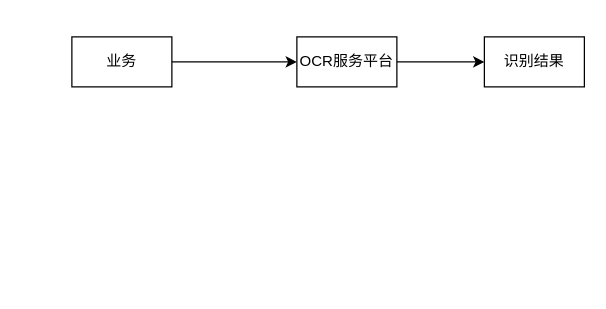
Earlier version of the draw.io diagram 兴业银行标书.drawio (archwolf118/AI). Source tidied: cells renumbered, new cells numbered last; positions are measured from the earlier drawing's top-left corner, leaving out a move shared by most shapes. Both pictures are drawn from the tidied source at 125%, with x=0, y=0 at pixel (71, 36).
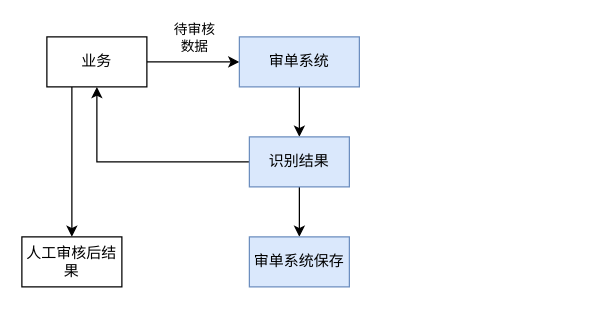
After the change.

Commit message (it also covers changes not shown here):
更新兴业银行标书.drawio

Diff of the diagram source:
```diff
@@
 <mxGraphModel>
   <root>
     <mxCell id="0" />
     <mxCell id="1" parent="0" />
     <mxCell id="2" style="edgeStyle=orthogonalEdgeStyle;rounded=0;jettySize=auto;html=1;exitX=1;exitY=0.5;exitDx=0;exitDy=0;entryX=0;entryY=0.5;entryDx=0;entryDy=0;" parent="1" edge="1" source="3" target="5">
       <mxGeometry relative="1" as="geometry" />
     </mxCell>
+    <mxCell id="7" value="待审核&lt;div&gt;数据&lt;/div&gt;" style="edgeLabel;html=1;align=center;verticalAlign=middle;" parent="2" vertex="1">
+      <mxGeometry y="3" relative="1" as="geometry">
+        <mxPoint y="-17" as="offset" />
+      </mxGeometry>
+    </mxCell>
+    <mxCell id="8" style="edgeStyle=orthogonalEdgeStyle;rounded=0;jettySize=auto;html=1;exitX=0.25;exitY=1;exitDx=0;exitDy=0;entryX=0.5;entryY=0;entryDx=0;entryDy=0;" parent="1" edge="1" source="3" target="12">
+      <mxGeometry relative="1" as="geometry" />
+    </mxCell>
     <mxCell id="3" value="业务" style="rounded=0;whiteSpace=wrap;html=1;" parent="1" vertex="1">
-      <mxGeometry width="80" height="40" as="geometry" />
+      <mxGeometry x="-20" width="80" height="40" as="geometry" />
     </mxCell>
-    <mxCell id="4" style="edgeStyle=orthogonalEdgeStyle;rounded=0;jettySize=auto;html=1;exitX=1;exitY=0.5;exitDx=0;exitDy=0;entryX=0;entryY=0.5;entryDx=0;entryDy=0;" parent="1" edge="1" source="5" target="6">
+    <mxCell id="4" style="edgeStyle=orthogonalEdgeStyle;rounded=0;jettySize=auto;html=1;exitX=0.5;exitY=1;exitDx=0;exitDy=0;entryX=0.5;entryY=0;entryDx=0;entryDy=0;" parent="1" edge="1" source="5" target="6">
       <mxGeometry relative="1" as="geometry" />
     </mxCell>
-    <mxCell id="5" value="OCR服务平台" style="rounded=0;whiteSpace=wrap;html=1;" parent="1" vertex="1">
-      <mxGeometry x="180" width="80" height="40" as="geometry" />
+    <mxCell id="5" value="审单系统" style="rounded=0;whiteSpace=wrap;html=1;fillColor=#dae8fc;strokeColor=#6c8ebf;" parent="1" vertex="1">
+      <mxGeometry x="134" width="96" height="40" as="geometry" />
     </mxCell>
+    <mxCell id="9" style="edgeStyle=orthogonalEdgeStyle;rounded=0;jettySize=auto;html=1;exitX=0.5;exitY=1;exitDx=0;exitDy=0;" parent="1" edge="1" source="6">
+      <mxGeometry relative="1" as="geometry">
+        <mxPoint x="182" y="160" as="targetPoint" />
+      </mxGeometry>
+    </mxCell>
+    <mxCell id="10" style="edgeStyle=orthogonalEdgeStyle;rounded=0;jettySize=auto;html=1;exitX=0;exitY=0.5;exitDx=0;exitDy=0;entryX=0.5;entryY=1;entryDx=0;entryDy=0;" parent="1" edge="1" source="6" target="3">
+      <mxGeometry relative="1" as="geometry" />
+    </mxCell>
-    <mxCell id="6" value="识别结果" style="rounded=0;whiteSpace=wrap;html=1;" parent="1" vertex="1">
-      <mxGeometry x="330" width="80" height="40" as="geometry" />
+    <mxCell id="6" value="识别结果" style="rounded=0;whiteSpace=wrap;html=1;fillColor=#dae8fc;strokeColor=#6c8ebf;" parent="1" vertex="1">
+      <mxGeometry x="142" y="80" width="80" height="40" as="geometry" />
     </mxCell>
+    <mxCell id="11" value="审单系统保存" style="rounded=0;whiteSpace=wrap;html=1;fillColor=#dae8fc;strokeColor=#6c8ebf;" parent="1" vertex="1">
+      <mxGeometry x="142" y="160" width="80" height="40" as="geometry" />
+    </mxCell>
+    <mxCell id="12" value="人工审核后结果" style="rounded=0;whiteSpace=wrap;html=1;" parent="1" vertex="1">
+      <mxGeometry x="-40" y="160" width="80" height="40" as="geometry" />
+    </mxCell>
   </root>
 </mxGraphModel>
```
